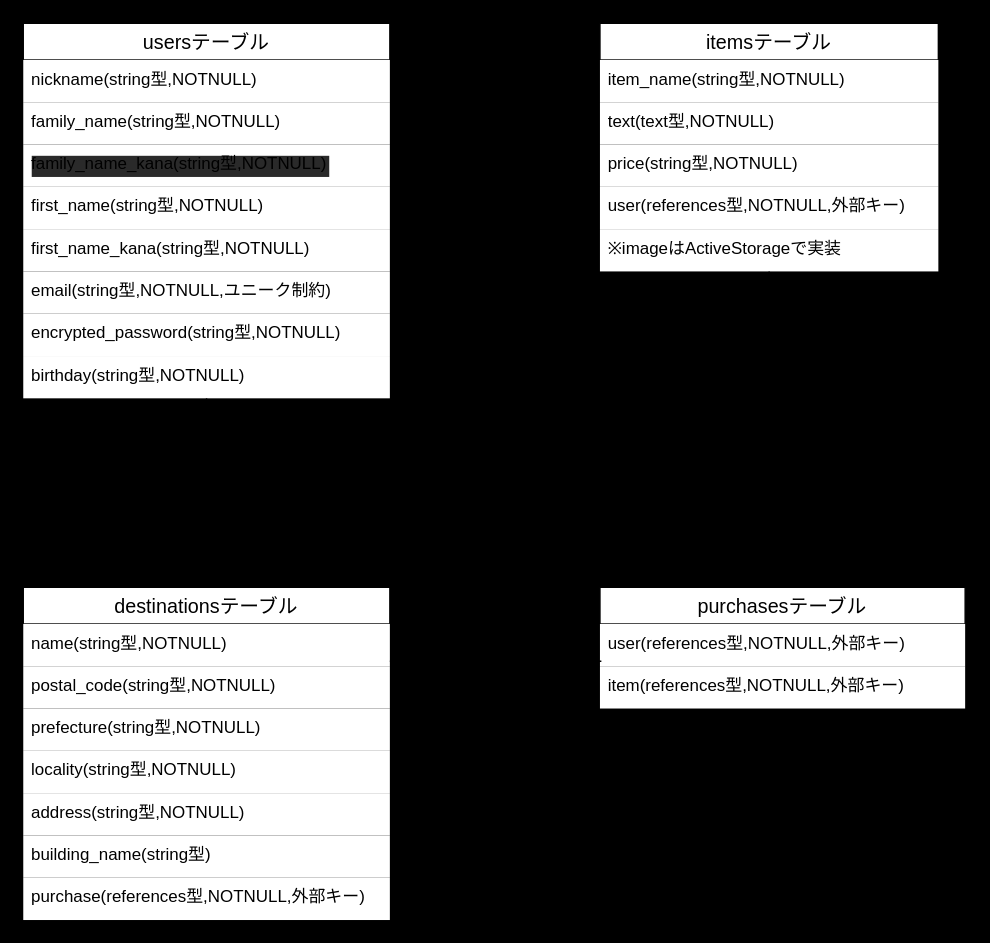
This is furima_ER.dio from moonlight0905/furima-38587, a draw.io file, before an edit. Source tidied: cells renumbered, new cells numbered last; positions are measured from the earlier drawing's top-left corner, leaving out a move shared by most shapes. Both pictures are drawn from the tidied source at 141%, with x=0, y=0 at pixel (23, 23).
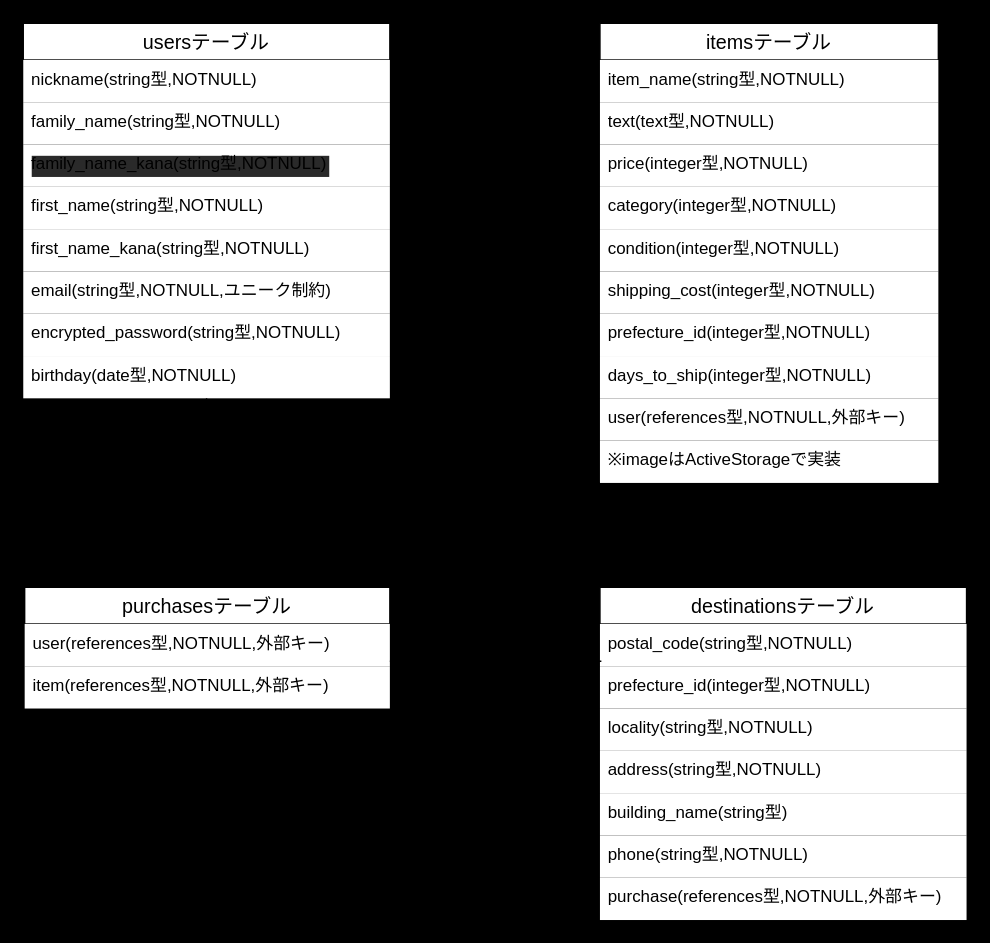
After the change.

Commit message (it also covers changes not shown here):
データベース設計２

Unchanged cells that the change refers to:
```xml
<mxCell id="2" value="usersテーブル" style="swimlane;fontStyle=0;horizontal=1;startSize=26;align=center;fontSize=14;" parent="1" vertex="1">
  <mxGeometry width="260" height="266" as="geometry" />
</mxCell>
```

Change to the diagram source:
```diff
@@
-    <mxCell id="11" value="birthday(string型,NOTNULL)" style="text;strokeColor=none;fillColor=default;spacingLeft=4;spacingRight=4;overflow=hidden;fontSize=12;" parent="2" vertex="1">
+    <mxCell id="11" value="birthday(date型,NOTNULL)" style="text;strokeColor=none;fillColor=default;spacingLeft=4;spacingRight=4;overflow=hidden;fontSize=12;" parent="2" vertex="1">
       <mxGeometry y="236" width="260" height="30" as="geometry" />
     </mxCell>
@@
     <mxCell id="16" value="itemsテーブル" style="swimlane;fontStyle=0;horizontal=1;startSize=26;align=center;fontSize=14;" parent="1" vertex="1">
-      <mxGeometry x="409" width="240" height="176" as="geometry" />
+      <mxGeometry x="409" width="240" height="326" as="geometry" />
     </mxCell>
@@
-    <mxCell id="19" value="price(string型,NOTNULL)" style="text;strokeColor=none;fillColor=default;spacingLeft=4;spacingRight=4;overflow=hidden;points=[[0,0.5],[1,0.5]];portConstraint=eastwest;fontSize=12;" parent="16" vertex="1">
+    <mxCell id="19" value="price(integer型,NOTNULL)" style="text;strokeColor=none;fillColor=default;spacingLeft=4;spacingRight=4;overflow=hidden;points=[[0,0.5],[1,0.5]];portConstraint=eastwest;fontSize=12;" parent="16" vertex="1">
       <mxGeometry y="86" width="240" height="30" as="geometry" />
     </mxCell>
+    <mxCell id="41" value="category(integer型,NOTNULL)" style="text;strokeColor=none;fillColor=default;spacingLeft=4;spacingRight=4;overflow=hidden;fontSize=12;" parent="16" vertex="1">
+      <mxGeometry y="116" width="240" height="30" as="geometry" />
+    </mxCell>
+    <mxCell id="42" value="condition(integer型,NOTNULL)" style="text;strokeColor=none;fillColor=default;spacingLeft=4;spacingRight=4;overflow=hidden;fontSize=12;" parent="16" vertex="1">
+      <mxGeometry y="146" width="240" height="30" as="geometry" />
+    </mxCell>
+    <mxCell id="43" value="shipping_cost(integer型,NOTNULL)" style="text;strokeColor=none;fillColor=default;spacingLeft=4;spacingRight=4;overflow=hidden;fontSize=12;" parent="16" vertex="1">
+      <mxGeometry y="176" width="240" height="30" as="geometry" />
+    </mxCell>
+    <mxCell id="44" value="prefecture_id(integer型,NOTNULL)" style="text;strokeColor=none;fillColor=default;spacingLeft=4;spacingRight=4;overflow=hidden;fontSize=12;" parent="16" vertex="1">
+      <mxGeometry y="206" width="240" height="30" as="geometry" />
+    </mxCell>
+    <mxCell id="40" value="days_to_ship(integer型,NOTNULL)" style="text;strokeColor=none;fillColor=default;spacingLeft=4;spacingRight=4;overflow=hidden;fontSize=12;" parent="16" vertex="1">
+      <mxGeometry y="236" width="240" height="30" as="geometry" />
+    </mxCell>
     <mxCell id="20" value="user(references型,NOTNULL,外部キー)" style="text;strokeColor=none;fillColor=default;spacingLeft=4;spacingRight=4;overflow=hidden;fontSize=12;" parent="16" vertex="1">
-      <mxGeometry y="116" width="240" height="30" as="geometry" />
+      <mxGeometry y="266" width="240" height="30" as="geometry" />
     </mxCell>
     <mxCell id="21" value="※imageはActiveStorageで実装" style="text;strokeColor=none;fillColor=default;spacingLeft=4;spacingRight=4;overflow=hidden;fontSize=12;" parent="16" vertex="1">
-      <mxGeometry y="146" width="240" height="30" as="geometry" />
+      <mxGeometry y="296" width="240" height="30" as="geometry" />
     </mxCell>
     <mxCell id="22" value="purchasesテーブル" style="swimlane;fontStyle=0;horizontal=1;startSize=26;align=center;fontSize=14;" parent="1" vertex="1">
-      <mxGeometry x="409" y="400" width="259" height="86" as="geometry" />
+      <mxGeometry x="1" y="400" width="259" height="86" as="geometry" />
     </mxCell>
@@
     <mxCell id="25" value="destinationsテーブル" style="swimlane;fontStyle=0;horizontal=1;startSize=26;align=center;fontSize=14;" parent="1" vertex="1">
-      <mxGeometry y="400" width="260" height="236" as="geometry" />
+      <mxGeometry x="409" y="400" width="260" height="236" as="geometry" />
     </mxCell>
-    <mxCell id="26" value="name(string型,NOTNULL)" style="text;strokeColor=none;fillColor=default;spacingLeft=4;spacingRight=4;overflow=hidden;fontSize=12;" parent="25" vertex="1">
-      <mxGeometry y="26" width="260" height="30" as="geometry" />
-    </mxCell>
     <mxCell id="27" value="postal_code(string型,NOTNULL)" style="text;strokeColor=none;fillColor=default;spacingLeft=4;spacingRight=4;overflow=hidden;fontSize=12;" parent="25" vertex="1">
-      <mxGeometry y="56" width="260" height="30" as="geometry" />
+      <mxGeometry y="26" width="260" height="30" as="geometry" />
     </mxCell>
-    <mxCell id="28" value="prefecture(string型,NOTNULL)&#10;" style="text;strokeColor=none;fillColor=default;spacingLeft=4;spacingRight=4;overflow=hidden;fontSize=12;" parent="25" vertex="1">
-      <mxGeometry y="86" width="260" height="30" as="geometry" />
+    <mxCell id="28" value="prefecture_id(integer型,NOTNULL)&#10;" style="text;strokeColor=none;fillColor=default;spacingLeft=4;spacingRight=4;overflow=hidden;fontSize=12;" parent="25" vertex="1">
+      <mxGeometry y="56" width="260" height="30" as="geometry" />
     </mxCell>
     <mxCell id="29" value="locality(string型,NOTNULL)&#10;" style="text;strokeColor=none;fillColor=default;spacingLeft=4;spacingRight=4;overflow=hidden;fontSize=12;" parent="25" vertex="1">
-      <mxGeometry y="116" width="260" height="30" as="geometry" />
+      <mxGeometry y="86" width="260" height="30" as="geometry" />
     </mxCell>
     <mxCell id="30" value="address(string型,NOTNULL)&#10;" style="text;strokeColor=none;fillColor=default;spacingLeft=4;spacingRight=4;overflow=hidden;fontSize=12;" parent="25" vertex="1">
-      <mxGeometry y="146" width="260" height="30" as="geometry" />
+      <mxGeometry y="116" width="260" height="30" as="geometry" />
     </mxCell>
     <mxCell id="31" value="building_name(string型)&#10;" style="text;strokeColor=none;fillColor=default;spacingLeft=4;spacingRight=4;overflow=hidden;fontSize=12;" parent="25" vertex="1">
-      <mxGeometry y="176" width="260" height="30" as="geometry" />
+      <mxGeometry y="146" width="260" height="30" as="geometry" />
     </mxCell>
+    <mxCell id="45" value="phone(string型,NOTNULL)" style="text;strokeColor=none;fillColor=default;spacingLeft=4;spacingRight=4;overflow=hidden;fontSize=12;" parent="25" vertex="1">
+      <mxGeometry y="176" width="260" height="30" as="geometry" />
+    </mxCell>
@@
-    <mxCell id="38" style="endArrow=ERone;html=1;rounded=0;entryX=0.5;entryY=1;entryDx=0;entryDy=0;startArrow=ERone;startFill=0;endFill=0;" parent="1" edge="1" target="16">
-      <mxGeometry relative="1" as="geometry">
-        <mxPoint x="529" y="400" as="sourcePoint" />
-      </mxGeometry>
-    </mxCell>
@@
-    <mxCell id="40" style="endArrow=ERmany;html=1;rounded=0;exitX=0.5;exitY=1;exitDx=0;exitDy=0;entryX=0.5;entryY=0;entryDx=0;entryDy=0;startArrow=ERone;startFill=0;endFill=0;" parent="1" edge="1" source="2" target="25">
-      <mxGeometry relative="1" as="geometry" />
-    </mxCell>
+    <mxCell id="46" style="endArrow=ERmany;html=1;rounded=0;exitX=0.5;exitY=1;exitDx=0;exitDy=0;entryX=0.5;entryY=0;entryDx=0;entryDy=0;startArrow=ERone;startFill=0;endFill=0;" parent="1" edge="1" source="2" target="22">
+      <mxGeometry relative="1" as="geometry" />
+    </mxCell>
+    <mxCell id="47" style="endArrow=ERone;html=1;rounded=0;exitX=1;exitY=0;exitDx=0;exitDy=0;entryX=0;entryY=1;entryDx=0;entryDy=0;startArrow=ERone;startFill=0;endFill=0;" parent="1" edge="1" source="22" target="16">
+      <mxGeometry relative="1" as="geometry" />
+    </mxCell>
```
